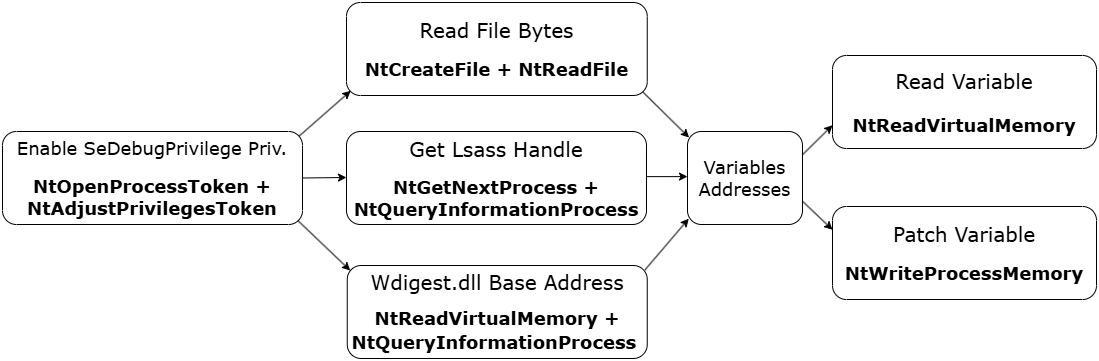
Before: images/nativebypasscredguard/esquema.png, a diagram exported from draw.io (ricardojoserf/ricardojoserf.github.io). Source tidied: cells renumbered, new cells last; positions are measured from the earlier drawing's top-left corner, leaving out a move shared by most shapes.
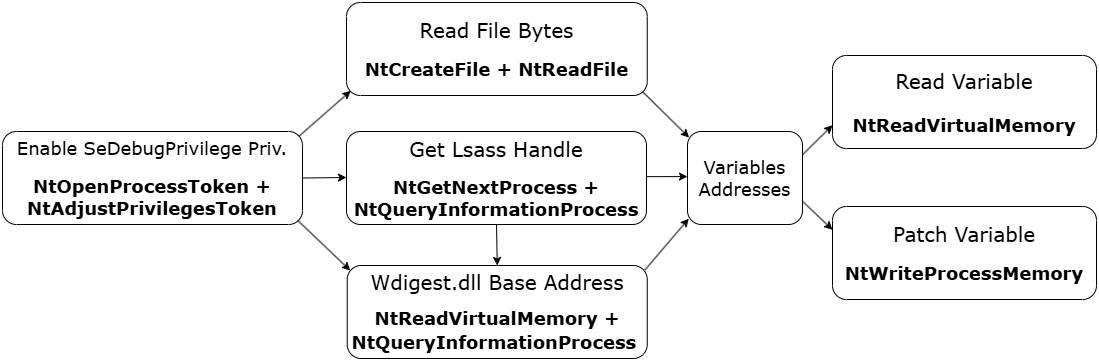
Later version of the same file.

The edit, as a diff of the source:
```diff
@@ -51,5 +51,8 @@
     <mxCell id="16" style="endArrow=classic;html=1;rounded=0;exitX=0.985;exitY=0.959;exitDx=0;exitDy=0;exitPerimeter=0;entryX=0.01;entryY=0.054;entryDx=0;entryDy=0;entryPerimeter=0;" parent="1" edge="1" source="2" target="5">
       <mxGeometry relative="1" as="geometry" />
     </mxCell>
+    <mxCell id="17" style="endArrow=classic;html=1;rounded=0;exitX=0.5;exitY=1;exitDx=0;exitDy=0;entryX=0.5;entryY=0;entryDx=0;entryDy=0;" parent="1" edge="1" source="3" target="5">
+      <mxGeometry relative="1" as="geometry" />
+    </mxCell>
   </root>
 </mxGraphModel>
```
